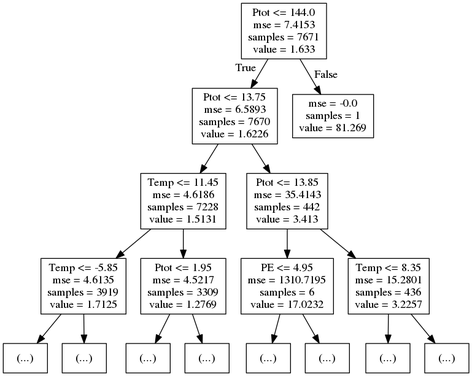
hydrogo/DA_and_ML_in_hydrology keeps this Graphviz diagram as Week7/tree.png. Above is the earlier version. Its source is kept beside it as Week7/tree.dot.
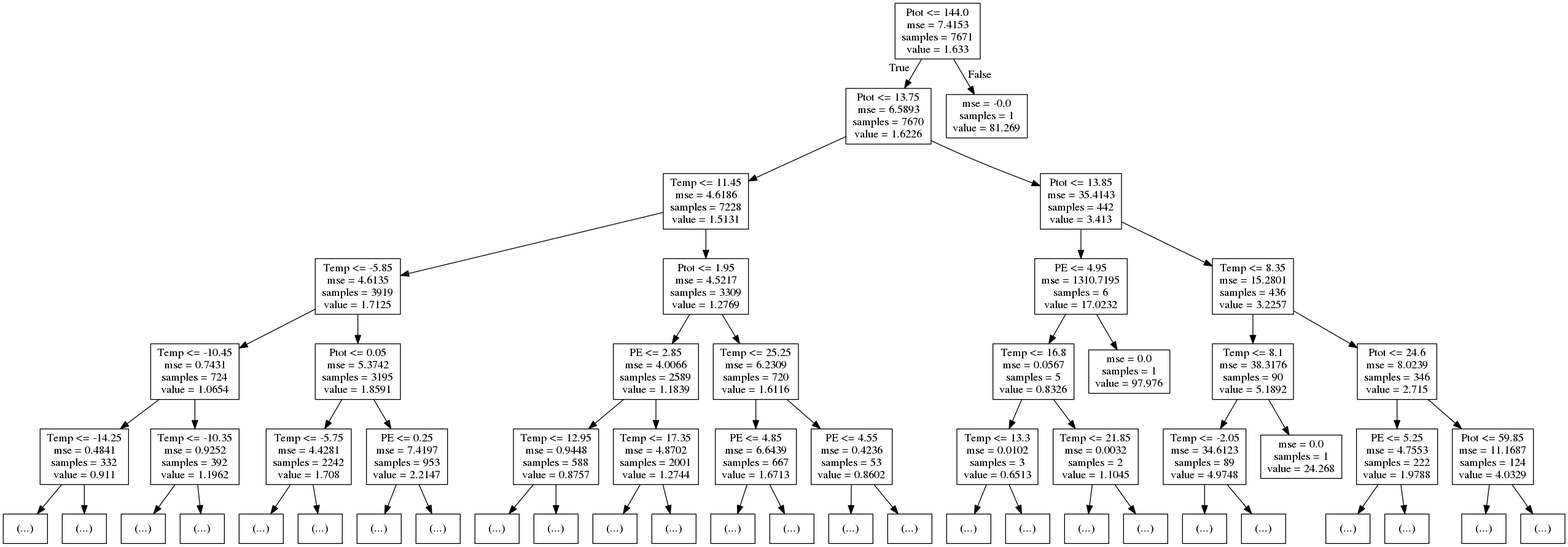
Above is the later version.

Diff of the diagram source:
```diff
@@ -7,30 +7,110 @@
 1 -> 2 ;
 3 [label="Temp <= -5.85\nmse = 4.6135\nsamples = 3919\nvalue = 1.7125"] ;
 2 -> 3 ;
-4 [label="(...)"] ;
+4 [label="Temp <= -10.45\nmse = 0.7431\nsamples = 724\nvalue = 1.0654"] ;
 3 -> 4 ;
-655 [label="(...)"] ;
+5 [label="Temp <= -14.25\nmse = 0.4841\nsamples = 332\nvalue = 0.911"] ;
+4 -> 5 ;
+6 [label="(...)"] ;
+5 -> 6 ;
+179 [label="(...)"] ;
+5 -> 179 ;
+350 [label="Temp <= -10.35\nmse = 0.9252\nsamples = 392\nvalue = 1.1962"] ;
+4 -> 350 ;
+351 [label="(...)"] ;
+350 -> 351 ;
+354 [label="(...)"] ;
+350 -> 354 ;
+655 [label="Ptot <= 0.05\nmse = 5.3742\nsamples = 3195\nvalue = 1.8591"] ;
 3 -> 655 ;
+656 [label="Temp <= -5.75\nmse = 4.4281\nsamples = 2242\nvalue = 1.708"] ;
+655 -> 656 ;
+657 [label="(...)"] ;
+656 -> 657 ;
+658 [label="(...)"] ;
+656 -> 658 ;
+2561 [label="PE <= 0.25\nmse = 7.4197\nsamples = 953\nvalue = 2.2147"] ;
+655 -> 2561 ;
+2562 [label="(...)"] ;
+2561 -> 2562 ;
+2925 [label="(...)"] ;
+2561 -> 2925 ;
 4416 [label="Ptot <= 1.95\nmse = 4.5217\nsamples = 3309\nvalue = 1.2769"] ;
 2 -> 4416 ;
-4417 [label="(...)"] ;
+4417 [label="PE <= 2.85\nmse = 4.0066\nsamples = 2589\nvalue = 1.1839"] ;
 4416 -> 4417 ;
-7710 [label="(...)"] ;
+4418 [label="Temp <= 12.95\nmse = 0.9448\nsamples = 588\nvalue = 0.8757"] ;
+4417 -> 4418 ;
+4419 [label="(...)"] ;
+4418 -> 4419 ;
+4686 [label="(...)"] ;
+4418 -> 4686 ;
+5329 [label="Temp <= 17.35\nmse = 4.8702\nsamples = 2001\nvalue = 1.2744"] ;
+4417 -> 5329 ;
+5330 [label="(...)"] ;
+5329 -> 5330 ;
+5795 [label="(...)"] ;
+5329 -> 5795 ;
+7710 [label="Temp <= 25.25\nmse = 6.2309\nsamples = 720\nvalue = 1.6116"] ;
 4416 -> 7710 ;
+7711 [label="PE <= 4.85\nmse = 6.6439\nsamples = 667\nvalue = 1.6713"] ;
+7710 -> 7711 ;
+7712 [label="(...)"] ;
+7711 -> 7712 ;
+8915 [label="(...)"] ;
+7711 -> 8915 ;
+9026 [label="PE <= 4.55\nmse = 0.4236\nsamples = 53\nvalue = 0.8602"] ;
+7710 -> 9026 ;
+9027 [label="(...)"] ;
+9026 -> 9027 ;
+9038 [label="(...)"] ;
+9026 -> 9038 ;
 9127 [label="Ptot <= 13.85\nmse = 35.4143\nsamples = 442\nvalue = 3.413"] ;
 1 -> 9127 ;
 9128 [label="PE <= 4.95\nmse = 1310.7195\nsamples = 6\nvalue = 17.0232"] ;
 9127 -> 9128 ;
-9129 [label="(...)"] ;
+9129 [label="Temp <= 16.8\nmse = 0.0567\nsamples = 5\nvalue = 0.8326"] ;
 9128 -> 9129 ;
-9138 [label="(...)"] ;
+9130 [label="Temp <= 13.3\nmse = 0.0102\nsamples = 3\nvalue = 0.6513"] ;
+9129 -> 9130 ;
+9131 [label="(...)"] ;
+9130 -> 9131 ;
+9134 [label="(...)"] ;
+9130 -> 9134 ;
+9135 [label="Temp <= 21.85\nmse = 0.0032\nsamples = 2\nvalue = 1.1045"] ;
+9129 -> 9135 ;
+9136 [label="(...)"] ;
+9135 -> 9136 ;
+9137 [label="(...)"] ;
+9135 -> 9137 ;
+9138 [label="mse = 0.0\nsamples = 1\nvalue = 97.976"] ;
 9128 -> 9138 ;
 9139 [label="Temp <= 8.35\nmse = 15.2801\nsamples = 436\nvalue = 3.2257"] ;
 9127 -> 9139 ;
-9140 [label="(...)"] ;
+9140 [label="Temp <= 8.1\nmse = 38.3176\nsamples = 90\nvalue = 5.1892"] ;
 9139 -> 9140 ;
-9317 [label="(...)"] ;
+9141 [label="Temp <= -2.05\nmse = 34.6123\nsamples = 89\nvalue = 4.9748"] ;
+9140 -> 9141 ;
+9142 [label="(...)"] ;
+9141 -> 9142 ;
+9149 [label="(...)"] ;
+9141 -> 9149 ;
+9316 [label="mse = 0.0\nsamples = 1\nvalue = 24.268"] ;
+9140 -> 9316 ;
+9317 [label="Ptot <= 24.6\nmse = 8.0239\nsamples = 346\nvalue = 2.715"] ;
 9139 -> 9317 ;
+9318 [label="PE <= 5.25\nmse = 4.7553\nsamples = 222\nvalue = 1.9788"] ;
+9317 -> 9318 ;
+9319 [label="(...)"] ;
+9318 -> 9319 ;
+9746 [label="(...)"] ;
+9318 -> 9746 ;
+9759 [label="Ptot <= 59.85\nmse = 11.1687\nsamples = 124\nvalue = 4.0329"] ;
+9317 -> 9759 ;
+9760 [label="(...)"] ;
+9759 -> 9760 ;
+9985 [label="(...)"] ;
+9759 -> 9985 ;
 10006 [label="mse = -0.0\nsamples = 1\nvalue = 81.269"] ;
 0 -> 10006 [labeldistance=2.5, labelangle=-45, headlabel="False"] ;
 }
```
